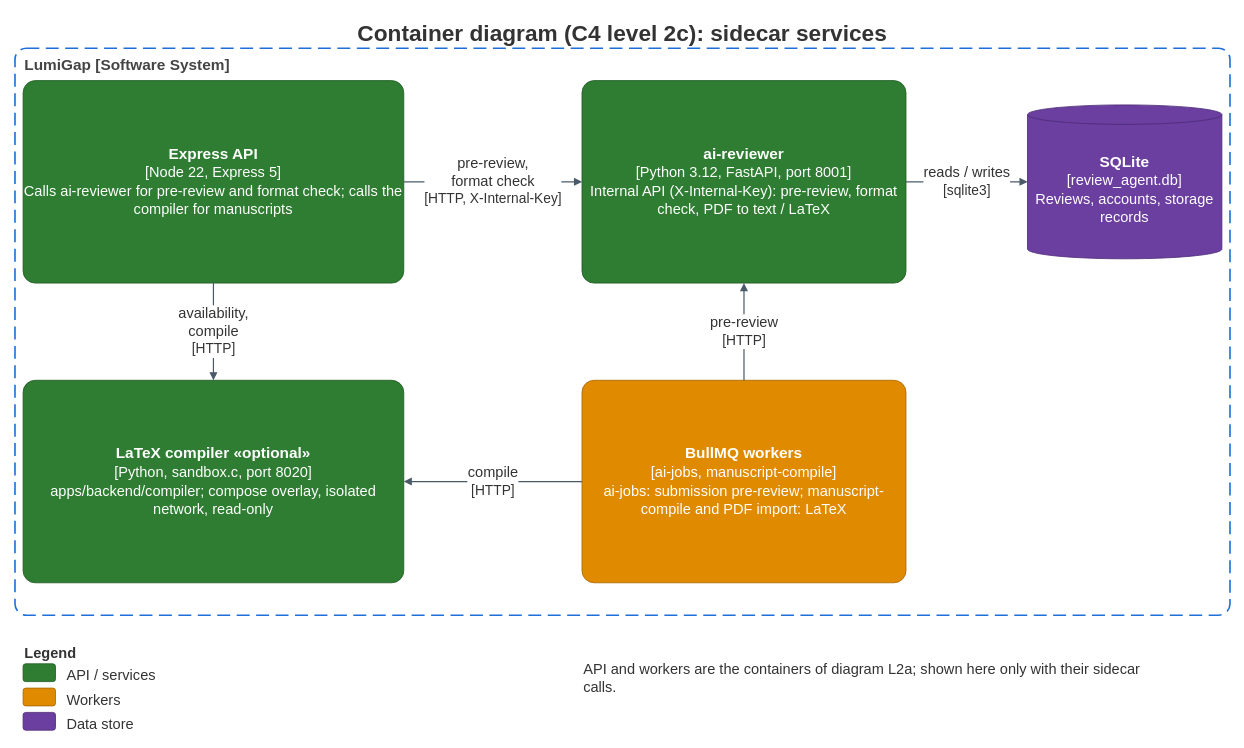
Earlier version of the draw.io diagram docs/diagrams/report4/R4_C4_L2c_Sidecars.drawio (Khoa-Hoa-Technology-Solution-Company/lumi-gap). Source tidied: cells renumbered, new cells numbered last; positions are measured from the earlier drawing's top-left corner, leaving out a move shared by most shapes. Both pictures are drawn from the tidied source at 81%, with x=0, y=0 at pixel (15, 14).
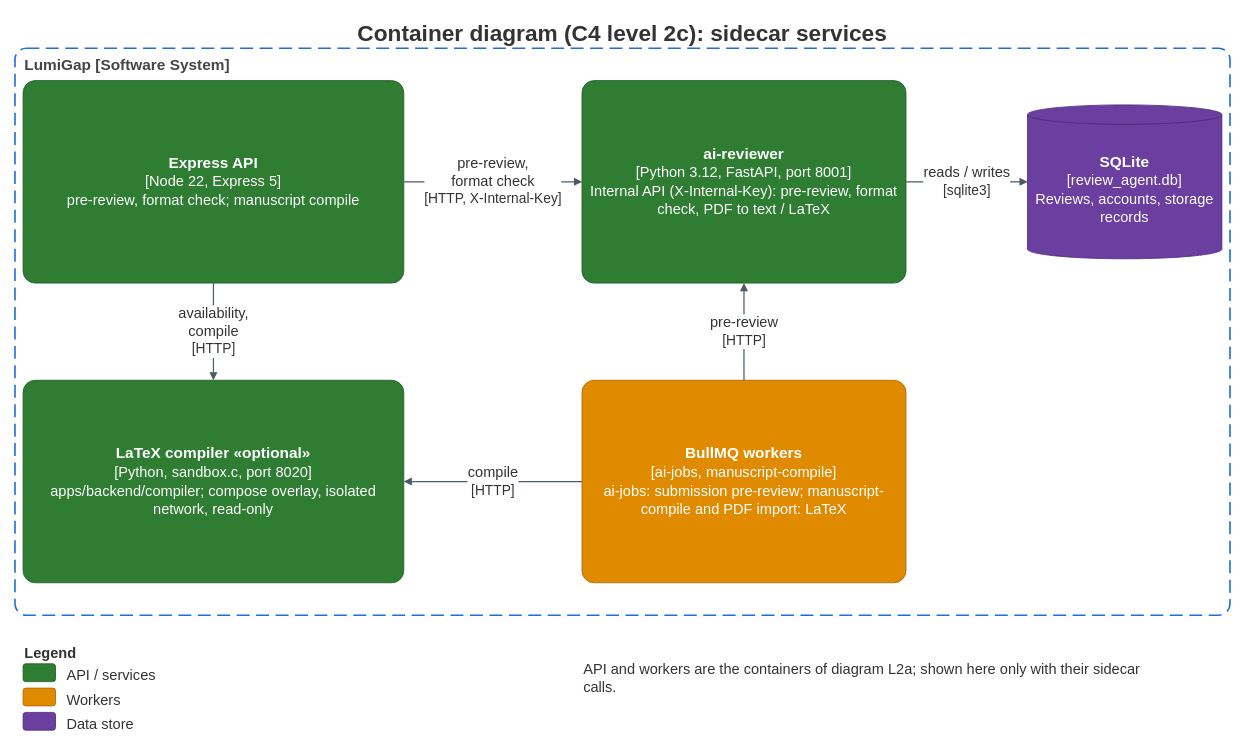
Above is the later version.

What changed in the source:
```diff
@@
-    <mxCell id="4" value="&lt;b&gt;Express API&lt;/b&gt;&lt;br&gt;&lt;span style=&quot;font-size:18px&quot;&gt;[Node 22, Express 5]&lt;/span&gt;&lt;br&gt;&lt;span style=&quot;font-size:18px&quot;&gt;Calls ai-reviewer for pre-review and format check; calls the compiler for manuscripts&lt;/span&gt;" style="rounded=1;arcSize=6;whiteSpace=wrap;html=1;fillColor=#2E7D32;fontColor=#ffffff;strokeColor=#1F5A23;fontSize=19;" parent="1" vertex="1">
+    <mxCell id="4" value="&lt;b&gt;Express API&lt;/b&gt;&lt;br&gt;&lt;span style=&quot;font-size:18px&quot;&gt;[Node 22, Express 5]&lt;/span&gt;&lt;br&gt;&lt;span style=&quot;font-size:18px&quot;&gt;pre-review, format check; manuscript compile&lt;/span&gt;" style="rounded=1;arcSize=6;whiteSpace=wrap;html=1;fillColor=#2E7D32;fontColor=#ffffff;strokeColor=#1F5A23;fontSize=19;" parent="1" vertex="1">
       <mxGeometry x="10" y="82" width="470" height="250" as="geometry" />
     </mxCell>
```
